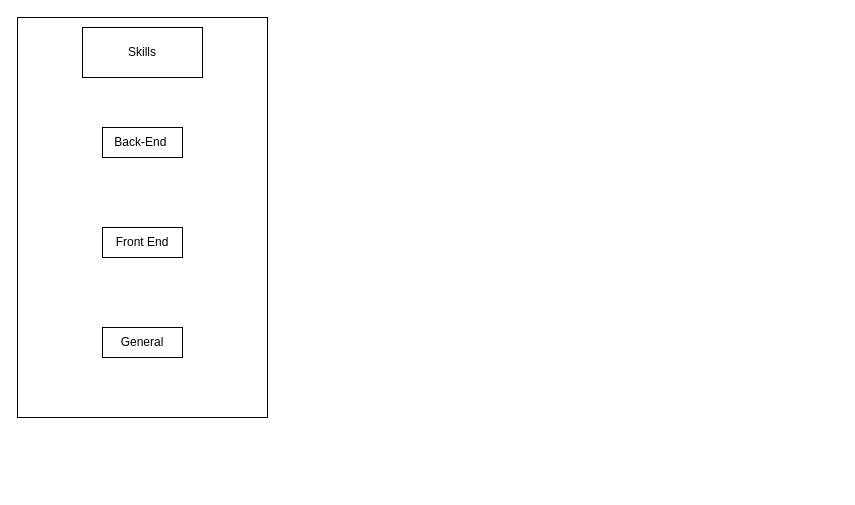
Earlier version of the draw.io diagram draw.drawio (YeziTechie/portfolio). Source tidied: cells renumbered, new cells numbered last; positions are measured from the earlier drawing's top-left corner, leaving out a move shared by most shapes. Both pictures are drawn from the tidied source at 100%, with x=0, y=0 at pixel (17, 17).
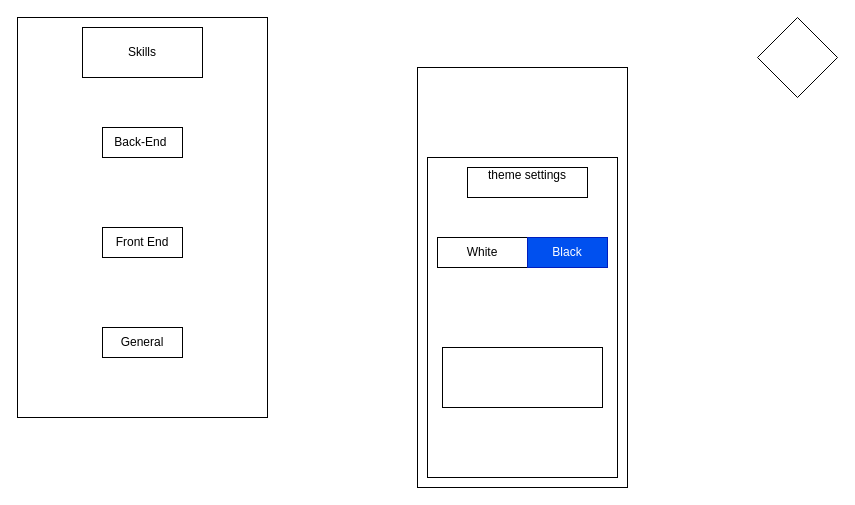
The same diagram, later.

Commit message (it also covers changes not shown here):
white and black theme change ddesigned. working on theme change

The edit, as a diff of the source:
```diff
@@
 <mxGraphModel>
   <root>
     <mxCell id="0" />
     <mxCell id="1" parent="0" />
     <mxCell id="2" style="rounded=0;whiteSpace=wrap;html=1;" parent="1" vertex="1">
       <mxGeometry width="250" height="400" as="geometry" />
     </mxCell>
     <mxCell id="3" value="Skills" style="rounded=0;whiteSpace=wrap;html=1;" parent="1" vertex="1">
       <mxGeometry x="65" y="10" width="120" height="50" as="geometry" />
     </mxCell>
     <mxCell id="4" value="Back-End&amp;nbsp;" style="rounded=0;whiteSpace=wrap;html=1;" parent="1" vertex="1">
       <mxGeometry x="85" y="110" width="80" height="30" as="geometry" />
     </mxCell>
     <mxCell id="5" value="Front End" style="rounded=0;whiteSpace=wrap;html=1;" parent="1" vertex="1">
       <mxGeometry x="85" y="210" width="80" height="30" as="geometry" />
     </mxCell>
     <mxCell id="6" value="General" style="rounded=0;whiteSpace=wrap;html=1;" parent="1" vertex="1">
       <mxGeometry x="85" y="310" width="80" height="30" as="geometry" />
     </mxCell>
+    <mxCell id="7" style="rounded=0;whiteSpace=wrap;html=1;" parent="1" vertex="1">
+      <mxGeometry x="400" y="50" width="210" height="420" as="geometry" />
+    </mxCell>
+    <mxCell id="8" style="rounded=0;whiteSpace=wrap;html=1;" parent="1" vertex="1">
+      <mxGeometry x="410" y="140" width="190" height="320" as="geometry" />
+    </mxCell>
+    <mxCell id="9" value="theme settings&lt;div&gt;&lt;br&gt;&lt;/div&gt;" style="rounded=0;whiteSpace=wrap;html=1;" parent="1" vertex="1">
+      <mxGeometry x="450" y="150" width="120" height="30" as="geometry" />
+    </mxCell>
+    <mxCell id="10" value="White" style="rounded=0;whiteSpace=wrap;html=1;" parent="1" vertex="1">
+      <mxGeometry x="420" y="220" width="90" height="30" as="geometry" />
+    </mxCell>
+    <mxCell id="11" value="Black" style="rounded=0;whiteSpace=wrap;html=1;fillColor=light-dark(#0050EF,#FFFFFF);fontColor=#ffffff;strokeColor=#001DBC;" parent="1" vertex="1">
+      <mxGeometry x="510" y="220" width="80" height="30" as="geometry" />
+    </mxCell>
+    <mxCell id="12" style="rhombus;whiteSpace=wrap;html=1;direction=south;" parent="1" vertex="1">
+      <mxGeometry x="740" width="80" height="80" as="geometry" />
+    </mxCell>
+    <mxCell id="13" style="rounded=0;whiteSpace=wrap;html=1;" parent="1" vertex="1">
+      <mxGeometry x="425" y="330" width="160" height="60" as="geometry" />
+    </mxCell>
   </root>
 </mxGraphModel>
```
